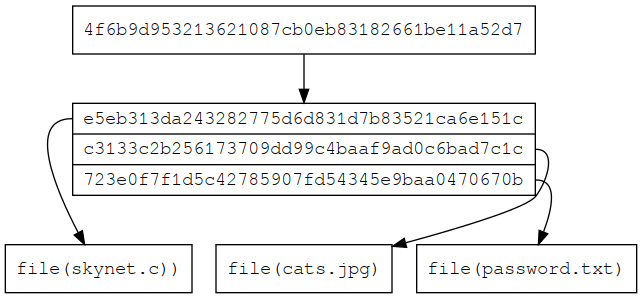
This is dedup_and_encryption_fig1.png from packnback/packnback.github.io, a Graphviz export, as it was before one commit. Its source is kept beside it as blog/dedup_and_encryption_fig1.gv. The source it was exported from:
```dot
digraph structs {
	node [shape=record];
	root [label="4f6b9d953213621087cb0eb83182661be11a52d7"];
	mid [label="{<f0> e5eb313da243282775d6d831d7b83521ca6e151c|<f1> c3133c2b256173709dd99c4baaf9ad0c6bad7c1c|<f2> 723e0f7f1d5c42785907fd54345e9baa0470670b}"];
	data1 [label="file(skynet.c))"];
	data2 [label="file(cats.jpg)"];
	data3 [label="file(password.txt)"];
	root -> mid:f0;
	mid:f0 -> data1;
	mid:f1 -> data2;
	mid:f2 -> data3;
}
```
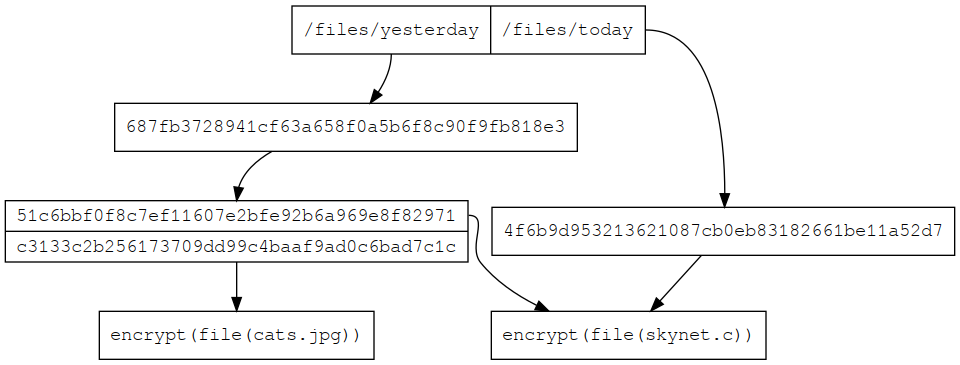
After the change.

Commit message:
autogenerated code

Diff of the diagram source:
```diff
@@ -1,12 +1,15 @@
 digraph structs {
 	node [shape=record];
-	root [label="4f6b9d953213621087cb0eb83182661be11a52d7"];
-	mid [label="{<f0> e5eb313da243282775d6d831d7b83521ca6e151c|<f1> c3133c2b256173709dd99c4baaf9ad0c6bad7c1c|<f2> 723e0f7f1d5c42785907fd54345e9baa0470670b}"];
-	data1 [label="file(skynet.c))"];
-	data2 [label="file(cats.jpg)"];
-	data3 [label="file(password.txt)"];
-	root -> mid:f0;
-	mid:f0 -> data1;
-	mid:f1 -> data2;
-	mid:f2 -> data3;
+	backups [label="<today> /files/yesterday | <yesterday> /files/today"];
+	root1 [label="4f6b9d953213621087cb0eb83182661be11a52d7"];
+	data1 [label="encrypt(file(skynet.c))"];
+	data2 [label="encrypt(file(cats.jpg))"];
+	root2 [label="687fb3728941cf63a658f0a5b6f8c90f9fb818e3"];
+	mid2 [label="{<f0> 51c6bbf0f8c7ef11607e2bfe92b6a969e8f82971 |<f1> c3133c2b256173709dd99c4baaf9ad0c6bad7c1c}"];
+	backups:yesterday->root1;
+	backups:today->root2;
+	root1 -> data1;
+	root2 -> mid2:f0;
+	mid2:f0 -> data1;
+	mid2:f1 -> data2;
 }
```
